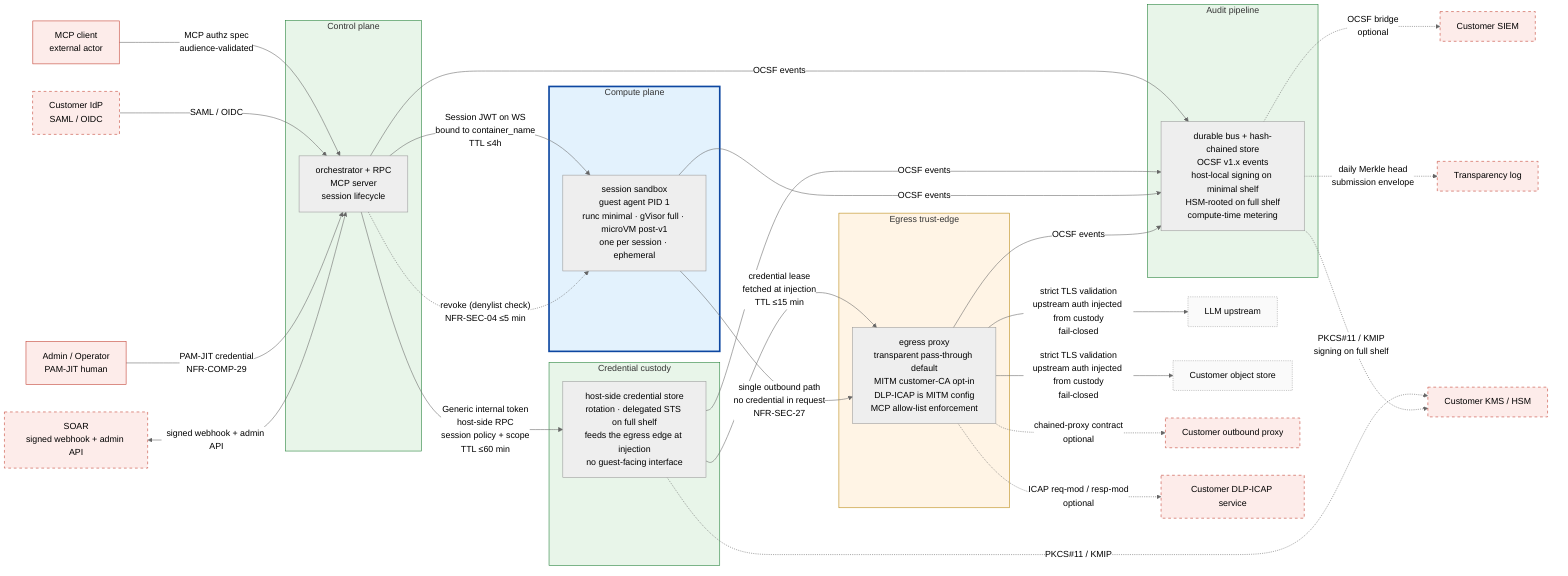
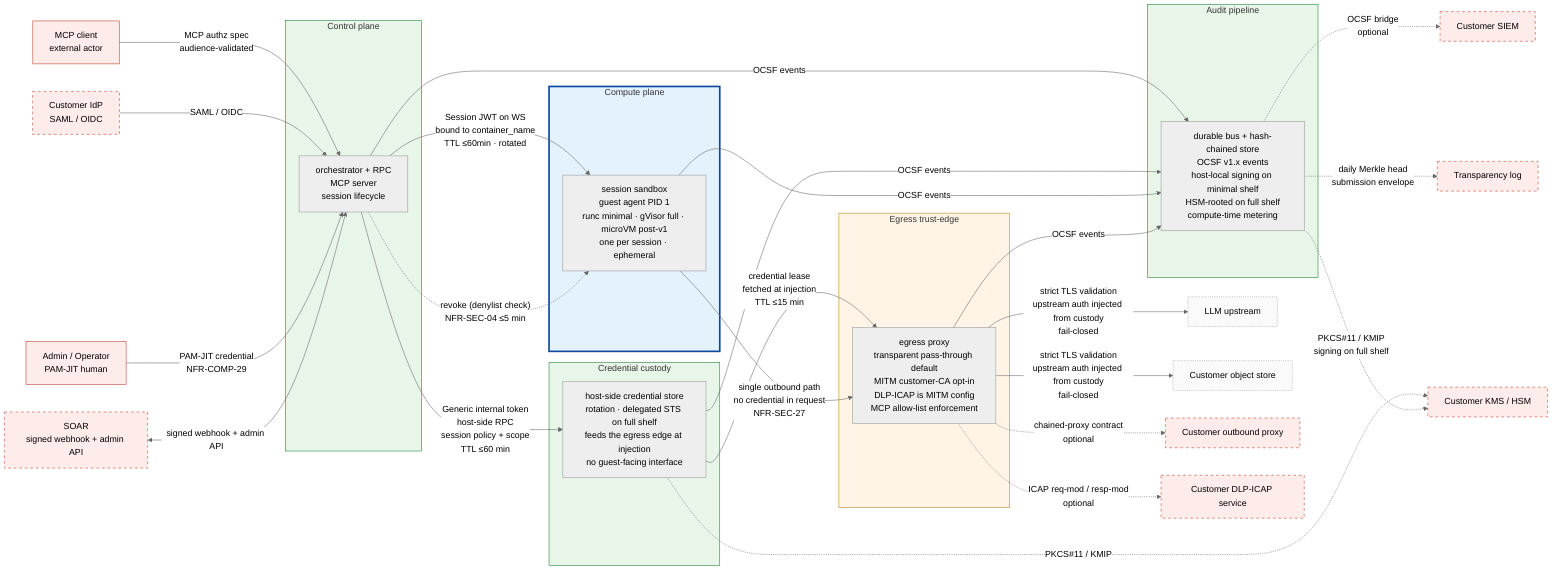
%% SPDX-License-Identifier: FSL-1.1-Apache-2.0
%% Copyright (c) 2025 Open Computer Use Contributors
%% Canonical Layer 3 trust-zone diagram. Referenced from docs/architecture/02-trust-boundaries.md §5.
%% Convention: solid subgraph border = always present; dashed border = optional configuration.
%% Palette (project convention): red untrusted / amber semi-trusted / green trusted / blue isolated.

%%{init: {"theme": "neutral"} }%%
flowchart LR

    %% ─── external actors (untrusted; rendered as plain nodes, not subgraphs) ───
    MCPC[MCP client<br/>external actor]:::ext
    IDP[Customer IdP<br/>SAML / OIDC]:::extOpt
    LLM[LLM upstream]:::endpoint
    OBJ[Customer object store]:::endpoint
    CPROXY[Customer outbound proxy]:::extOpt
    ICAP[Customer DLP-ICAP service]:::extOpt
    SIEM[Customer SIEM]:::extOpt
    KMS[Customer KMS / HSM]:::extOpt
    SOAR[SOAR<br/>signed webhook + admin API]:::extOpt
    OPER[Admin / Operator<br/>PAM-JIT human]:::ext
    TLOG[Transparency log]:::extOpt

    %% ─── our zones ───
    subgraph CP[Control plane]
        ORCH[orchestrator + RPC<br/>MCP server<br/>session lifecycle]
    end

    subgraph BROKER[Credential custody]
        BR[host-side credential store<br/>rotation · delegated STS on full shelf<br/>feeds the egress edge at injection<br/>no guest-facing interface]
    end

    subgraph COMPUTE[Compute plane]
        VM[session sandbox<br/>guest agent PID 1<br/>runc minimal · gVisor full · microVM post-v1<br/>one per session · ephemeral]
    end

    subgraph EDGE[Egress trust-edge]
        PROXY[egress proxy<br/>transparent pass-through default<br/>MITM customer-CA opt-in<br/>DLP-ICAP is MITM config<br/>MCP allow-list enforcement]
    end

    subgraph AUDIT[Audit pipeline]
        BUS[durable bus + hash-chained store<br/>OCSF v1.x events<br/>host-local signing on minimal shelf<br/>HSM-rooted on full shelf<br/>compute-time metering]
    end

    %% ─── inbound edges ───
    MCPC -->|"MCP authz spec<br/>audience-validated"| ORCH
    IDP -->|SAML / OIDC| ORCH
    OPER -->|PAM-JIT credential<br/>NFR-COMP-29| ORCH
    SOAR <-->|signed webhook + admin API| ORCH

    %% ─── internal edges (encrypted in transit; NFR-SEC-37) ───
    ORCH -->|"Generic internal token<br/>host-side RPC<br/>session policy + scope<br/>TTL ≤60 min"| BR
-     ORCH -->|"Session JWT on WS<br/>bound to container_name<br/>TTL ≤4h"| VM
+     ORCH -->|"Session JWT on WS<br/>bound to container_name<br/>TTL ≤60min · rotated"| VM
    BR -->|"credential lease<br/>fetched at injection<br/>TTL ≤15 min"| PROXY

    %% ─── revoke channel (denylist; independent of IdP reachability) ───
-     %% Compute plane gets a direct denylist check (Session JWT TTL ≤4h needs it);
+     %% Compute plane gets a direct denylist check (Session JWT TTL ≤60min needs it);
    %% Egress trust-edge revoke = the edge stops injecting upstream auth for a
    %% revoked session; the credential-lease TTL (≤15 min) caps how long an
    %% already-fetched credential survives, so no direct ORCH→PROXY edge.
    ORCH -.->|"revoke (denylist check)<br/>NFR-SEC-04 ≤5 min"| VM

    %% ─── egress edges ───
    VM -->|"single outbound path<br/>no credential in request<br/>NFR-SEC-27"| PROXY
    PROXY -->|"strict TLS validation<br/>upstream auth injected from custody<br/>fail-closed"| LLM
    PROXY -->|"strict TLS validation<br/>upstream auth injected from custody<br/>fail-closed"| OBJ
    PROXY -.->|"chained-proxy contract<br/>optional"| CPROXY
    PROXY -.->|"ICAP req-mod / resp-mod<br/>optional"| ICAP

    %% ─── audit edges (every named zone emits OCSF events) ───
    ORCH -->|OCSF events| BUS
    BR -->|OCSF events| BUS
    VM -->|OCSF events| BUS
    PROXY -->|OCSF events| BUS

    %% ─── audit egress ───
    BUS -.->|"OCSF bridge<br/>optional"| SIEM
    BUS -.->|"daily Merkle head<br/>submission envelope"| TLOG

    %% ─── KMS path (optional, full-capability shelf only) ───
    BR -.->|"PKCS#11 / KMIP"| KMS
    BUS -.->|"PKCS#11 / KMIP<br/>signing on full shelf"| KMS

    %% ─── styling (project palette: red untrusted / amber semi-trusted / green trusted / blue isolated) ───
    classDef ext fill:#fdecea,stroke:#c0392b,stroke-width:1px;
    classDef extOpt fill:#fdecea,stroke:#c0392b,stroke-dasharray: 5 5;
    classDef endpoint fill:#fafafa,stroke:#9e9e9e,stroke-dasharray: 2 2;
    style CP fill:#e8f5e9,stroke:#1e7e34,stroke-width:1px;
    style BROKER fill:#e8f5e9,stroke:#1e7e34,stroke-width:1px;
    style COMPUTE fill:#e3f2fd,stroke:#0d47a1,stroke-width:3px;
    style EDGE fill:#fff4e5,stroke:#b8860b,stroke-width:1px;
    style AUDIT fill:#e8f5e9,stroke:#1e7e34,stroke-width:1px;
